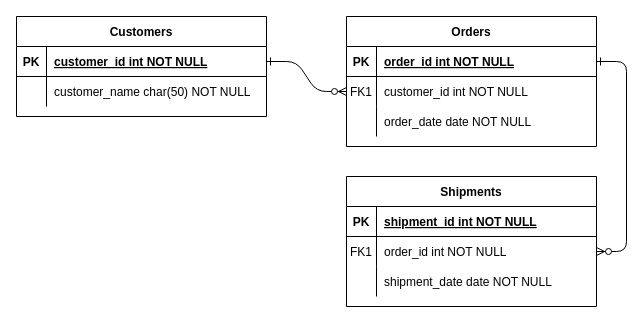
Above: Result_Transcript_System.drawio in edla4eva/result_and_transcript_system (draw.io), before the change. Source tidied: cells renumbered, new cells numbered last; positions are measured from the earlier drawing's top-left corner, leaving out a move shared by most shapes. Both pictures are drawn from the tidied source at 100%, with x=0, y=0 at pixel (16, 16).
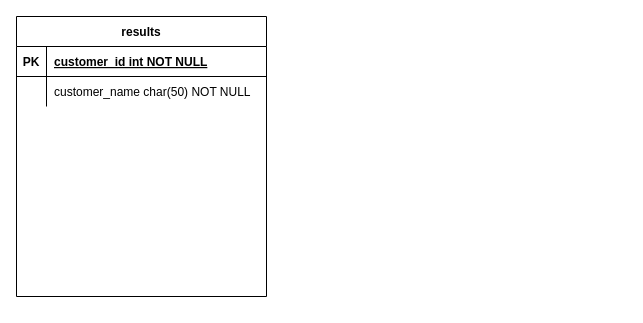
Above is the later version.

Unchanged cells that the change refers to:
```xml
<mxCell id="25" style="shape=partialRectangle;fillColor=none;points=[[0,0.5],[1,0.5]];portConstraint=eastwest;top=0;left=0;right=0;bottom=1;" parent="24" vertex="1">
  <mxGeometry y="30" width="250" height="30" as="geometry" />
</mxCell>
```

Diff of the diagram source:
```diff
@@
-    <mxCell id="2" style="edgeStyle=entityRelationEdgeStyle;endArrow=ERzeroToMany;startArrow=ERone;endFill=1;startFill=0;" parent="1" edge="1" source="25" target="8">
-      <mxGeometry relative="1" as="geometry" />
-    </mxCell>
-    <mxCell id="3" style="edgeStyle=entityRelationEdgeStyle;endArrow=ERzeroToMany;startArrow=ERone;endFill=1;startFill=0;" parent="1" edge="1" source="5" target="18">
-      <mxGeometry relative="1" as="geometry" />
-    </mxCell>
-    <mxCell id="4" value="Orders" style="shape=table;startSize=30;childLayout=tableLayout;rowLines=0;fontStyle=1;align=center;" parent="1" vertex="1">
-      <mxGeometry x="330" width="250" height="130" as="geometry" />
-    </mxCell>
-    <mxCell id="5" style="shape=partialRectangle;fillColor=none;points=[[0,0.5],[1,0.5]];portConstraint=eastwest;top=0;left=0;right=0;bottom=1;" parent="4" vertex="1">
-      <mxGeometry y="30" width="250" height="30" as="geometry" />
-    </mxCell>
-    <mxCell id="6" value="PK" style="shape=partialRectangle;overflow=hidden;fillColor=none;top=0;left=0;bottom=0;right=0;fontStyle=1;" parent="5" vertex="1">
-      <mxGeometry width="30" height="30" as="geometry" />
-    </mxCell>
-    <mxCell id="7" value="order_id int NOT NULL " style="shape=partialRectangle;overflow=hidden;fillColor=none;top=0;left=0;bottom=0;right=0;align=left;spacingLeft=6;fontStyle=5;" parent="5" vertex="1">
-      <mxGeometry x="30" width="220" height="30" as="geometry" />
-    </mxCell>
-    <mxCell id="8" style="shape=partialRectangle;fillColor=none;points=[[0,0.5],[1,0.5]];portConstraint=eastwest;top=0;left=0;right=0;bottom=0;" parent="4" vertex="1">
-      <mxGeometry y="60" width="250" height="30" as="geometry" />
-    </mxCell>
-    <mxCell id="9" value="FK1" style="shape=partialRectangle;overflow=hidden;fillColor=none;top=0;left=0;bottom=0;right=0;" parent="8" vertex="1">
-      <mxGeometry width="30" height="30" as="geometry" />
-    </mxCell>
-    <mxCell id="10" value="customer_id int NOT NULL" style="shape=partialRectangle;overflow=hidden;fillColor=none;top=0;left=0;bottom=0;right=0;align=left;spacingLeft=6;" parent="8" vertex="1">
-      <mxGeometry x="30" width="220" height="30" as="geometry" />
-    </mxCell>
-    <mxCell id="11" style="shape=partialRectangle;fillColor=none;top=0;left=0;right=0;bottom=0;" parent="4" vertex="1">
-      <mxGeometry y="90" width="250" height="30" as="geometry" />
-    </mxCell>
-    <mxCell id="12" style="shape=partialRectangle;overflow=hidden;fillColor=none;top=0;left=0;bottom=0;right=0;" parent="11" vertex="1">
-      <mxGeometry width="30" height="30" as="geometry" />
-    </mxCell>
-    <mxCell id="13" value="order_date date NOT NULL" style="shape=partialRectangle;overflow=hidden;fillColor=none;top=0;left=0;bottom=0;right=0;align=left;spacingLeft=6;" parent="11" vertex="1">
-      <mxGeometry x="30" width="220" height="30" as="geometry" />
-    </mxCell>
-    <mxCell id="14" value="Shipments" style="shape=table;startSize=30;childLayout=tableLayout;rowLines=0;fontStyle=1;align=center;" parent="1" vertex="1">
-      <mxGeometry x="330" y="160" width="250" height="130" as="geometry" />
-    </mxCell>
-    <mxCell id="15" style="shape=partialRectangle;fillColor=none;top=0;left=0;right=0;bottom=1;" parent="14" vertex="1">
-      <mxGeometry y="30" width="250" height="30" as="geometry" />
-    </mxCell>
-    <mxCell id="16" value="PK" style="shape=partialRectangle;overflow=hidden;fillColor=none;top=0;left=0;bottom=0;right=0;fontStyle=1;" parent="15" vertex="1">
-      <mxGeometry width="30" height="30" as="geometry" />
-    </mxCell>
-    <mxCell id="17" value="shipment_id int NOT NULL " style="shape=partialRectangle;overflow=hidden;fillColor=none;top=0;left=0;bottom=0;right=0;align=left;spacingLeft=6;fontStyle=5;" parent="15" vertex="1">
-      <mxGeometry x="30" width="220" height="30" as="geometry" />
-    </mxCell>
-    <mxCell id="18" style="shape=partialRectangle;fillColor=none;points=[[0,0.5],[1,0.5]];portConstraint=eastwest;top=0;left=0;right=0;bottom=0;" parent="14" vertex="1">
-      <mxGeometry y="60" width="250" height="30" as="geometry" />
-    </mxCell>
-    <mxCell id="19" value="FK1" style="shape=partialRectangle;overflow=hidden;fillColor=none;top=0;left=0;bottom=0;right=0;" parent="18" vertex="1">
-      <mxGeometry width="30" height="30" as="geometry" />
-    </mxCell>
-    <mxCell id="20" value="order_id int NOT NULL" style="shape=partialRectangle;overflow=hidden;fillColor=none;top=0;left=0;bottom=0;right=0;align=left;spacingLeft=6;" parent="18" vertex="1">
-      <mxGeometry x="30" width="220" height="30" as="geometry" />
-    </mxCell>
-    <mxCell id="21" style="shape=partialRectangle;fillColor=none;top=0;left=0;right=0;bottom=0;" parent="14" vertex="1">
-      <mxGeometry y="90" width="250" height="30" as="geometry" />
-    </mxCell>
-    <mxCell id="22" style="shape=partialRectangle;overflow=hidden;fillColor=none;top=0;left=0;bottom=0;right=0;" parent="21" vertex="1">
-      <mxGeometry width="30" height="30" as="geometry" />
-    </mxCell>
-    <mxCell id="23" value="shipment_date date NOT NULL" style="shape=partialRectangle;overflow=hidden;fillColor=none;top=0;left=0;bottom=0;right=0;align=left;spacingLeft=6;" parent="21" vertex="1">
-      <mxGeometry x="30" width="220" height="30" as="geometry" />
-    </mxCell>
-    <mxCell id="24" value="Customers" style="shape=table;startSize=30;childLayout=tableLayout;rowLines=0;fontStyle=1;align=center;" parent="1" vertex="1">
-      <mxGeometry width="250" height="100" as="geometry" />
+    <mxCell id="24" value="results" style="shape=table;startSize=30;childLayout=tableLayout;rowLines=0;fontStyle=1;align=center;" parent="1" vertex="1">
+      <mxGeometry width="250" height="280" as="geometry" />
     </mxCell>
```
